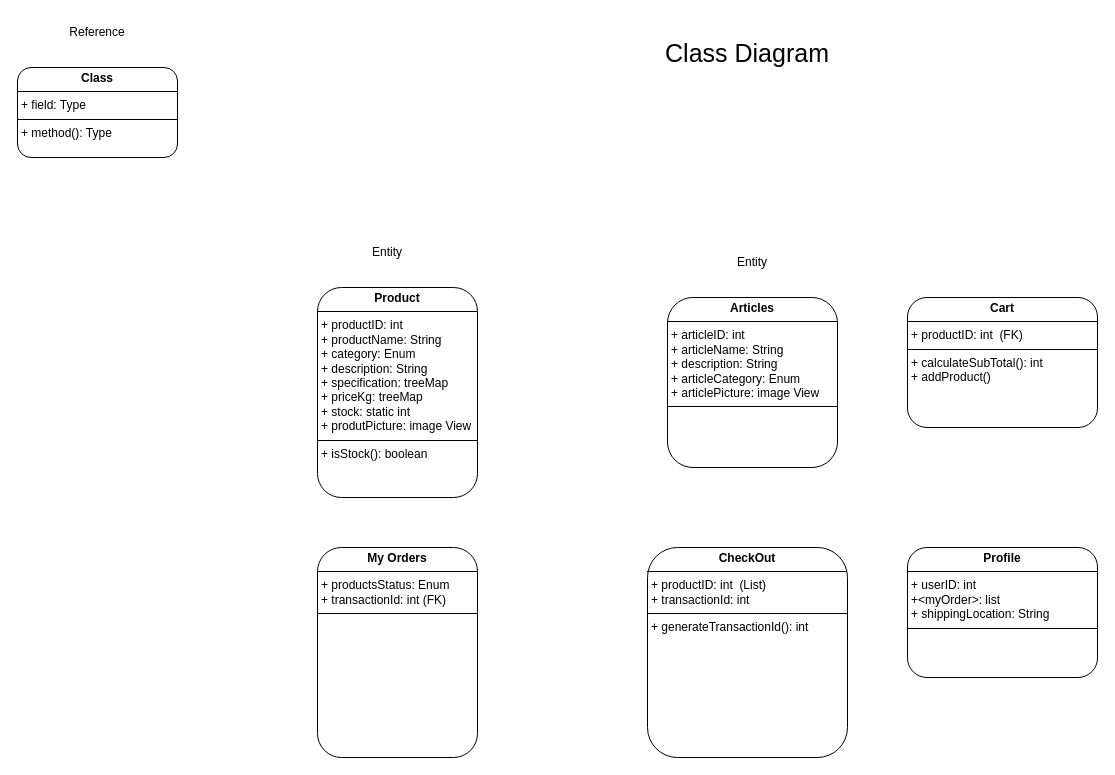
Earlier version of the draw.io diagram TaniMart Class Diagram.drawio (DevX300/TaniMart-UML). Source tidied: cells renumbered, new cells numbered last; positions are measured from the earlier drawing's top-left corner, leaving out a move shared by most shapes. Both pictures are drawn from the tidied source at 100%, with x=0, y=0 at pixel (17, 17).
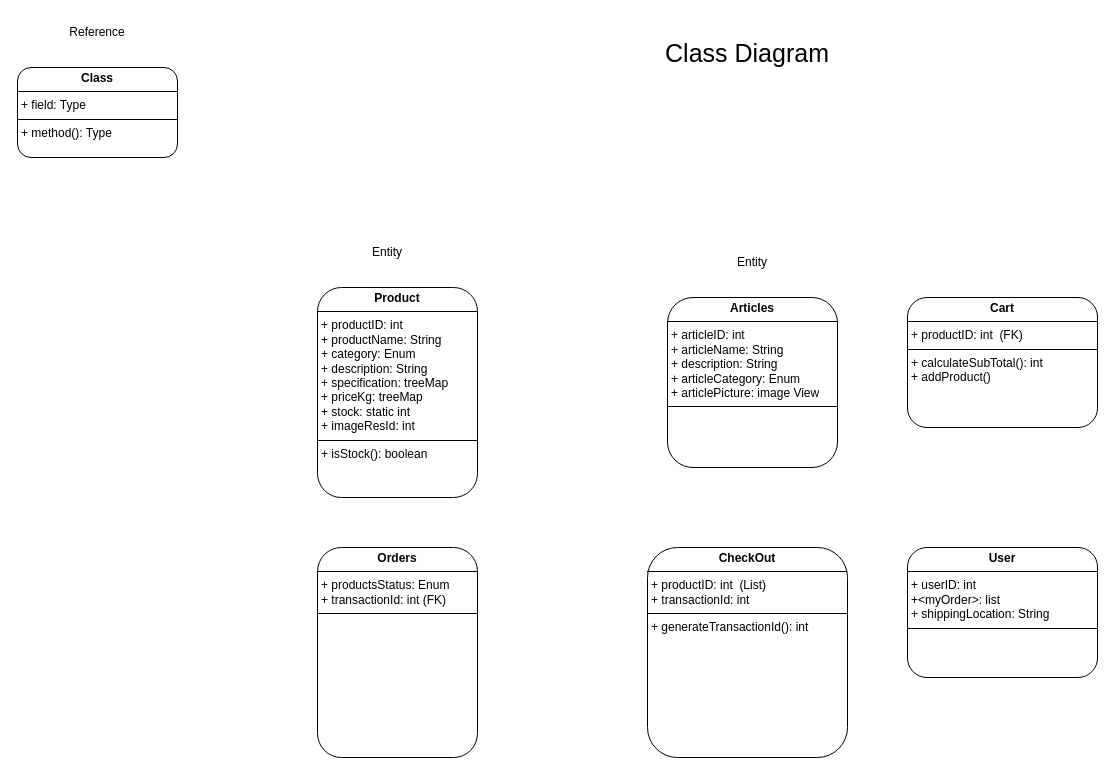
After the change.

Change to the diagram source:
```diff
@@
 <mxGraphModel>
   <root>
     <mxCell id="0" />
     <mxCell id="1" parent="0" />
     <mxCell id="2" value="&lt;p style=&quot;margin:0px;margin-top:4px;text-align:center;&quot;&gt;&lt;b&gt;Class&lt;/b&gt;&lt;/p&gt;&lt;hr size=&quot;1&quot; style=&quot;border-style:solid;&quot;/&gt;&lt;p style=&quot;margin:0px;margin-left:4px;&quot;&gt;+ field: Type&lt;/p&gt;&lt;hr size=&quot;1&quot; style=&quot;border-style:solid;&quot;/&gt;&lt;p style=&quot;margin:0px;margin-left:4px;&quot;&gt;+ method(): Type&lt;/p&gt;" style="verticalAlign=top;align=left;overflow=fill;html=1;whiteSpace=wrap;rounded=1;" parent="1" vertex="1">
       <mxGeometry y="50" width="160" height="90" as="geometry" />
     </mxCell>
-    <mxCell id="3" value="&lt;p style=&quot;margin:0px;margin-top:4px;text-align:center;&quot;&gt;&lt;b&gt;Product&lt;/b&gt;&lt;/p&gt;&lt;hr size=&quot;1&quot; style=&quot;border-style:solid;&quot;&gt;&lt;p style=&quot;margin:0px;margin-left:4px;&quot;&gt;+ productID: int&lt;/p&gt;&lt;p style=&quot;margin:0px;margin-left:4px;&quot;&gt;+ productName: String&lt;/p&gt;&lt;p style=&quot;margin:0px;margin-left:4px;&quot;&gt;+ category: Enum&lt;/p&gt;&lt;p style=&quot;margin:0px;margin-left:4px;&quot;&gt;+ description: String&lt;/p&gt;&lt;p style=&quot;margin:0px;margin-left:4px;&quot;&gt;+ specification: treeMap&lt;/p&gt;&lt;p style=&quot;margin:0px;margin-left:4px;&quot;&gt;+ priceKg: treeMap&lt;/p&gt;&lt;p style=&quot;margin:0px;margin-left:4px;&quot;&gt;+ stock: static int&lt;/p&gt;&lt;p style=&quot;margin:0px;margin-left:4px;&quot;&gt;+ produtPicture: image View&lt;/p&gt;&lt;hr size=&quot;1&quot; style=&quot;border-style:solid;&quot;&gt;&lt;p style=&quot;margin:0px;margin-left:4px;&quot;&gt;+ isStock(): boolean&lt;/p&gt;" style="verticalAlign=top;align=left;overflow=fill;html=1;whiteSpace=wrap;rounded=1;" parent="1" vertex="1">
+    <mxCell id="3" value="&lt;p style=&quot;margin:0px;margin-top:4px;text-align:center;&quot;&gt;&lt;b&gt;Product&lt;/b&gt;&lt;/p&gt;&lt;hr size=&quot;1&quot; style=&quot;border-style:solid;&quot;&gt;&lt;p style=&quot;margin:0px;margin-left:4px;&quot;&gt;+ productID: int&lt;/p&gt;&lt;p style=&quot;margin:0px;margin-left:4px;&quot;&gt;+ productName: String&lt;/p&gt;&lt;p style=&quot;margin:0px;margin-left:4px;&quot;&gt;+ category: Enum&lt;/p&gt;&lt;p style=&quot;margin:0px;margin-left:4px;&quot;&gt;+ description: String&lt;/p&gt;&lt;p style=&quot;margin:0px;margin-left:4px;&quot;&gt;+ specification: treeMap&lt;/p&gt;&lt;p style=&quot;margin:0px;margin-left:4px;&quot;&gt;+ priceKg: treeMap&lt;/p&gt;&lt;p style=&quot;margin:0px;margin-left:4px;&quot;&gt;+ stock: static int&lt;/p&gt;&lt;p style=&quot;margin:0px;margin-left:4px;&quot;&gt;+&amp;nbsp;&lt;span style=&quot;background-color: transparent; color: light-dark(rgb(0, 0, 0), rgb(255, 255, 255));&quot;&gt;imageResId&lt;/span&gt;&lt;span style=&quot;background-color: transparent; color: light-dark(rgb(0, 0, 0), rgb(255, 255, 255));&quot;&gt;: int&lt;/span&gt;&lt;/p&gt;&lt;hr size=&quot;1&quot; style=&quot;border-style:solid;&quot;&gt;&lt;p style=&quot;margin:0px;margin-left:4px;&quot;&gt;+ isStock(): boolean&lt;/p&gt;" style="verticalAlign=top;align=left;overflow=fill;html=1;whiteSpace=wrap;rounded=1;" parent="1" vertex="1">
       <mxGeometry x="300" y="270" width="160" height="210" as="geometry" />
     </mxCell>
     <mxCell id="4" value="Entity" style="text;html=1;whiteSpace=wrap;strokeColor=none;fillColor=none;align=center;verticalAlign=middle;rounded=0;" parent="1" vertex="1">
       <mxGeometry x="340" y="220" width="60" height="30" as="geometry" />
     </mxCell>
     <mxCell id="5" value="&lt;font style=&quot;font-size: 25px;&quot;&gt;Class Diagram&lt;/font&gt;" style="text;html=1;whiteSpace=wrap;strokeColor=none;fillColor=none;align=center;verticalAlign=middle;rounded=0;" parent="1" vertex="1">
       <mxGeometry x="590" y="20" width="280" height="30" as="geometry" />
     </mxCell>
     <mxCell id="6" value="Reference" style="text;html=1;whiteSpace=wrap;strokeColor=none;fillColor=none;align=center;verticalAlign=middle;rounded=0;" parent="1" vertex="1">
       <mxGeometry x="50" width="60" height="30" as="geometry" />
     </mxCell>
     <mxCell id="7" value="&lt;p style=&quot;margin:0px;margin-top:4px;text-align:center;&quot;&gt;&lt;b&gt;Articles&lt;/b&gt;&lt;/p&gt;&lt;hr size=&quot;1&quot; style=&quot;border-style:solid;&quot;&gt;&lt;p style=&quot;margin:0px;margin-left:4px;&quot;&gt;+ articleID: int&lt;/p&gt;&lt;p style=&quot;margin:0px;margin-left:4px;&quot;&gt;+ articleName: String&lt;/p&gt;&lt;p style=&quot;margin:0px;margin-left:4px;&quot;&gt;+ description: String&lt;/p&gt;&lt;p style=&quot;margin:0px;margin-left:4px;&quot;&gt;+ articleCategory: Enum&lt;/p&gt;&lt;p style=&quot;margin:0px;margin-left:4px;&quot;&gt;+ articlePicture: image View&amp;nbsp;&lt;/p&gt;&lt;hr size=&quot;1&quot; style=&quot;border-style:solid;&quot;&gt;&lt;p style=&quot;margin:0px;margin-left:4px;&quot;&gt;&lt;br&gt;&lt;/p&gt;" style="verticalAlign=top;align=left;overflow=fill;html=1;whiteSpace=wrap;rounded=1;" parent="1" vertex="1">
       <mxGeometry x="650" y="280" width="170" height="170" as="geometry" />
     </mxCell>
     <mxCell id="8" value="Entity" style="text;html=1;whiteSpace=wrap;strokeColor=none;fillColor=none;align=center;verticalAlign=middle;rounded=0;" parent="1" vertex="1">
       <mxGeometry x="705" y="230" width="60" height="30" as="geometry" />
     </mxCell>
-    <mxCell id="9" value="&lt;p style=&quot;margin:0px;margin-top:4px;text-align:center;&quot;&gt;&lt;b&gt;My Orders&lt;/b&gt;&lt;/p&gt;&lt;hr size=&quot;1&quot; style=&quot;border-style:solid;&quot;&gt;&lt;p style=&quot;margin:0px;margin-left:4px;&quot;&gt;&lt;span style=&quot;background-color: transparent; color: light-dark(rgb(0, 0, 0), rgb(255, 255, 255));&quot;&gt;+ productsStatus: Enum&lt;/span&gt;&lt;/p&gt;&lt;p style=&quot;margin:0px;margin-left:4px;&quot;&gt;+ transactionId: int (FK)&lt;/p&gt;&lt;hr size=&quot;1&quot; style=&quot;border-style:solid;&quot;&gt;&lt;p style=&quot;margin:0px;margin-left:4px;&quot;&gt;&lt;br&gt;&lt;/p&gt;" style="verticalAlign=top;align=left;overflow=fill;html=1;whiteSpace=wrap;rounded=1;" parent="1" vertex="1">
+    <mxCell id="9" value="&lt;p style=&quot;margin:0px;margin-top:4px;text-align:center;&quot;&gt;&lt;b&gt;Orders&lt;/b&gt;&lt;/p&gt;&lt;hr size=&quot;1&quot; style=&quot;border-style:solid;&quot;&gt;&lt;p style=&quot;margin:0px;margin-left:4px;&quot;&gt;&lt;span style=&quot;background-color: transparent; color: light-dark(rgb(0, 0, 0), rgb(255, 255, 255));&quot;&gt;+ productsStatus: Enum&lt;/span&gt;&lt;/p&gt;&lt;p style=&quot;margin:0px;margin-left:4px;&quot;&gt;+ transactionId: int (FK)&lt;/p&gt;&lt;hr size=&quot;1&quot; style=&quot;border-style:solid;&quot;&gt;&lt;p style=&quot;margin:0px;margin-left:4px;&quot;&gt;&lt;br&gt;&lt;/p&gt;" style="verticalAlign=top;align=left;overflow=fill;html=1;whiteSpace=wrap;rounded=1;" parent="1" vertex="1">
       <mxGeometry x="300" y="530" width="160" height="210" as="geometry" />
     </mxCell>
     <mxCell id="10" value="&lt;p style=&quot;margin:0px;margin-top:4px;text-align:center;&quot;&gt;&lt;b&gt;CheckOut&lt;/b&gt;&lt;/p&gt;&lt;hr size=&quot;1&quot; style=&quot;border-style:solid;&quot;&gt;&lt;p style=&quot;margin:0px;margin-left:4px;&quot;&gt;+ productID: int&amp;nbsp; (List)&amp;nbsp;&lt;/p&gt;&lt;p style=&quot;margin:0px;margin-left:4px;&quot;&gt;+ transactionId: int&lt;/p&gt;&lt;hr size=&quot;1&quot; style=&quot;border-style:solid;&quot;&gt;&lt;p style=&quot;margin:0px;margin-left:4px;&quot;&gt;+ generateTransactionId(): int&lt;/p&gt;" style="verticalAlign=top;align=left;overflow=fill;html=1;whiteSpace=wrap;rounded=1;" parent="1" vertex="1">
       <mxGeometry x="630" y="530" width="200" height="210" as="geometry" />
     </mxCell>
-    <mxCell id="11" value="&lt;p style=&quot;margin:0px;margin-top:4px;text-align:center;&quot;&gt;&lt;b&gt;Profile&lt;/b&gt;&lt;/p&gt;&lt;hr size=&quot;1&quot; style=&quot;border-style:solid;&quot;&gt;&lt;p style=&quot;margin:0px;margin-left:4px;&quot;&gt;+ userID: int&lt;/p&gt;&lt;p style=&quot;margin:0px;margin-left:4px;&quot;&gt;+&amp;lt;myOrder&amp;gt;: list&amp;nbsp;&lt;/p&gt;&lt;p style=&quot;margin:0px;margin-left:4px;&quot;&gt;+ shippingLocation: String&lt;/p&gt;&lt;hr size=&quot;1&quot; style=&quot;border-style:solid;&quot;&gt;&lt;p style=&quot;margin:0px;margin-left:4px;&quot;&gt;&lt;br&gt;&lt;/p&gt;" style="verticalAlign=top;align=left;overflow=fill;html=1;whiteSpace=wrap;rounded=1;" parent="1" vertex="1">
+    <mxCell id="11" value="&lt;p style=&quot;margin:0px;margin-top:4px;text-align:center;&quot;&gt;&lt;b&gt;User&lt;/b&gt;&lt;/p&gt;&lt;hr size=&quot;1&quot; style=&quot;border-style:solid;&quot;&gt;&lt;p style=&quot;margin:0px;margin-left:4px;&quot;&gt;+ userID: int&lt;/p&gt;&lt;p style=&quot;margin:0px;margin-left:4px;&quot;&gt;+&amp;lt;myOrder&amp;gt;: list&amp;nbsp;&lt;/p&gt;&lt;p style=&quot;margin:0px;margin-left:4px;&quot;&gt;+ shippingLocation: String&lt;/p&gt;&lt;hr size=&quot;1&quot; style=&quot;border-style:solid;&quot;&gt;&lt;p style=&quot;margin:0px;margin-left:4px;&quot;&gt;&lt;br&gt;&lt;/p&gt;" style="verticalAlign=top;align=left;overflow=fill;html=1;whiteSpace=wrap;rounded=1;" parent="1" vertex="1">
       <mxGeometry x="890" y="530" width="190" height="130" as="geometry" />
     </mxCell>
     <mxCell id="12" value="&lt;p style=&quot;margin:0px;margin-top:4px;text-align:center;&quot;&gt;&lt;b&gt;Cart&lt;/b&gt;&lt;/p&gt;&lt;hr size=&quot;1&quot; style=&quot;border-style:solid;&quot;&gt;&lt;p style=&quot;margin:0px;margin-left:4px;&quot;&gt;+ productID: int&amp;nbsp; (FK)&lt;/p&gt;&lt;hr size=&quot;1&quot; style=&quot;border-style:solid;&quot;&gt;&lt;p style=&quot;margin:0px;margin-left:4px;&quot;&gt;+ calculateSubTotal(): int&lt;/p&gt;&lt;p style=&quot;margin:0px;margin-left:4px;&quot;&gt;+ addProduct()&lt;/p&gt;" style="verticalAlign=top;align=left;overflow=fill;html=1;whiteSpace=wrap;rounded=1;" parent="1" vertex="1">
       <mxGeometry x="890" y="280" width="190" height="130" as="geometry" />
     </mxCell>
   </root>
 </mxGraphModel>
```
